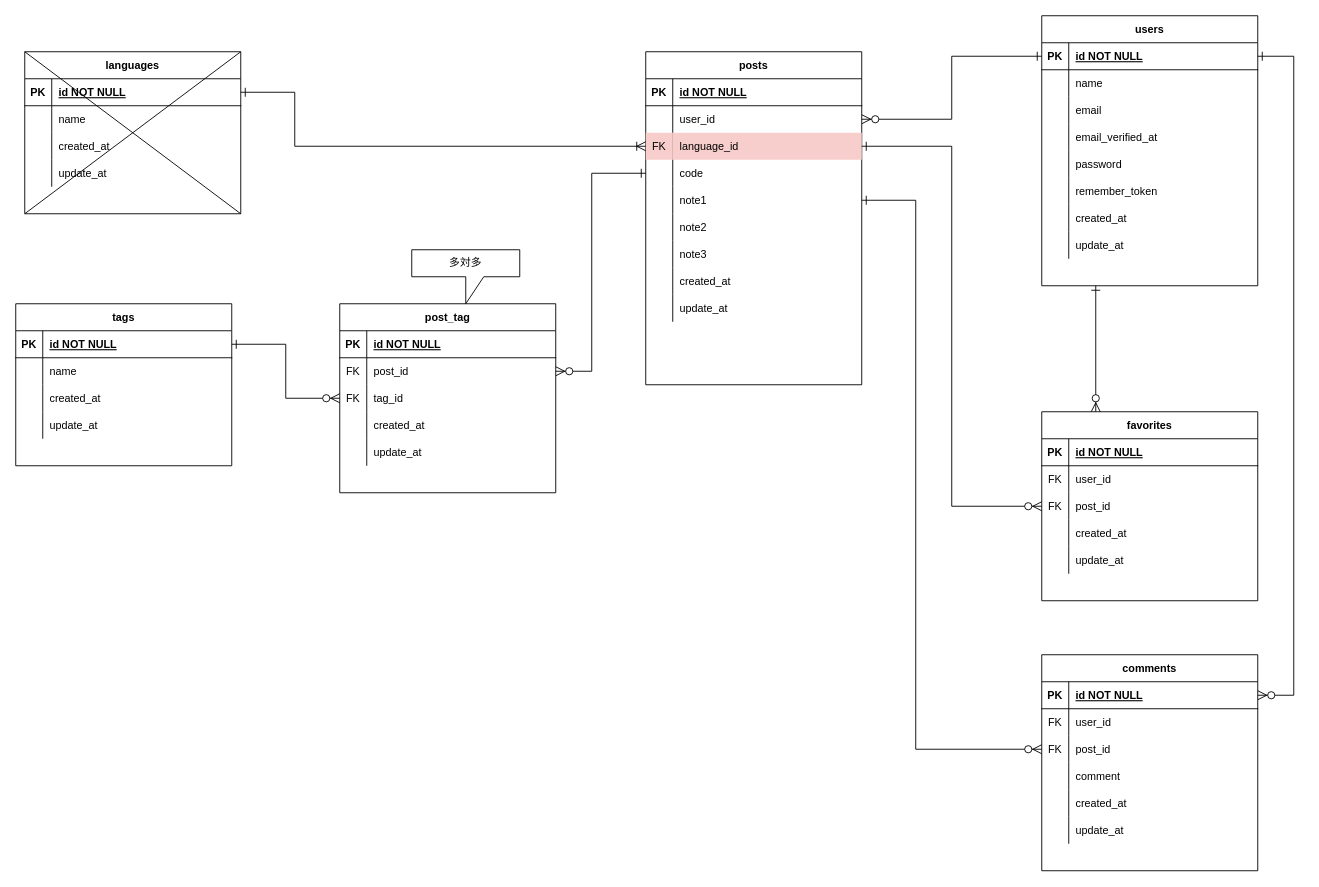
Above: bitcode.drawio in 0gravity000/er001 (draw.io), before the change. Source tidied: cells renumbered, new cells numbered last; positions are measured from the earlier drawing's top-left corner, leaving out a move shared by most shapes. Both pictures are drawn from the tidied source at 90%, with x=0, y=0 at pixel (15, 15).
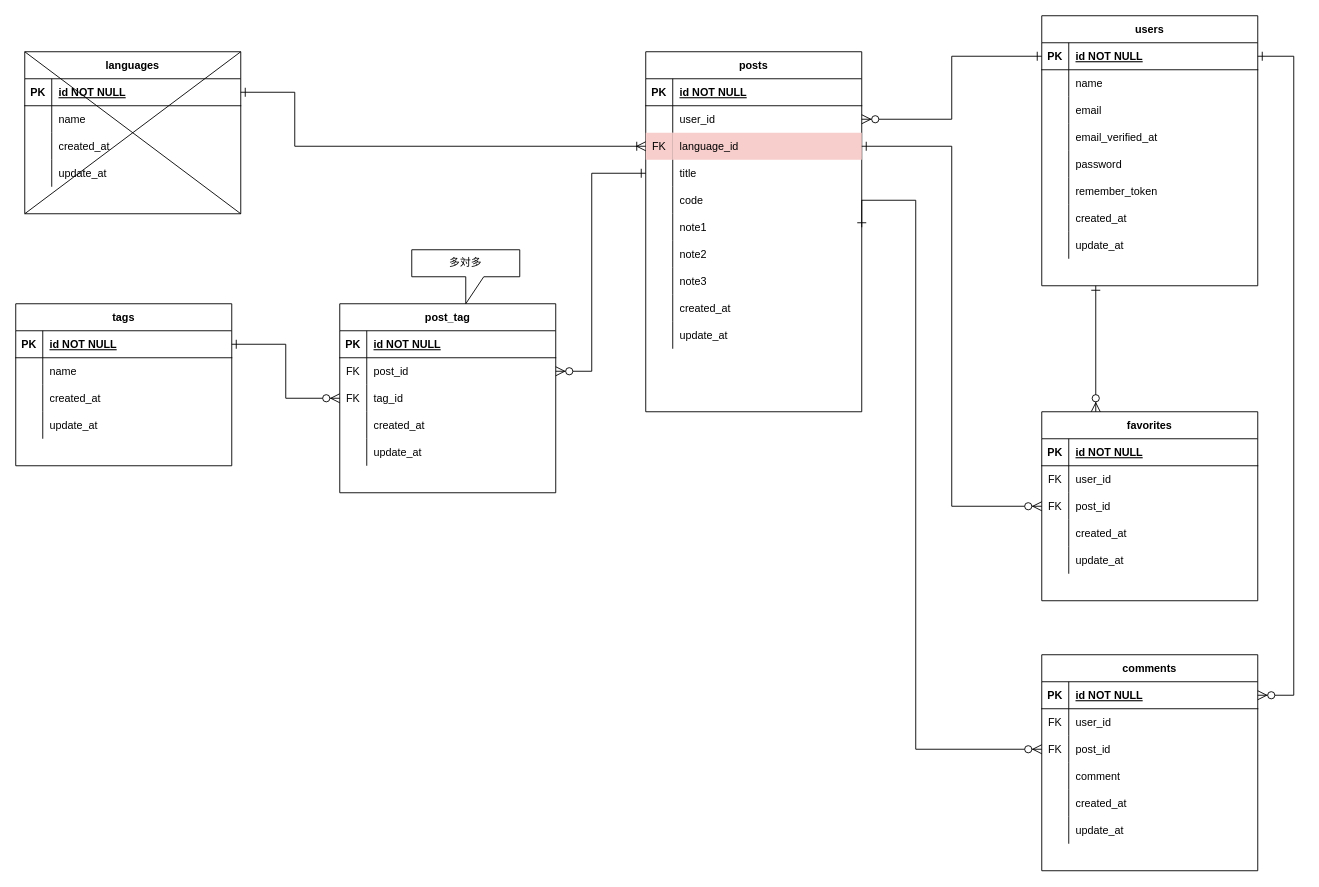
The same page after the edit.

Unchanged cells that the change refers to:
```xml
<mxCell id="12" style="shape=partialRectangle;fillColor=none;top=0;left=0;right=0;bottom=0;" parent="2" vertex="1">
  <mxGeometry y="120" width="240" height="30" as="geometry" />
</mxCell>
```

Change to the diagram source:
```diff
@@
     <mxCell id="2" value="posts" style="shape=table;startSize=30;childLayout=tableLayout;rowLines=0;fontStyle=1;align=center;" parent="1" vertex="1">
-      <mxGeometry x="700" y="40" width="240" height="370" as="geometry" />
+      <mxGeometry x="700" y="40" width="240" height="400" as="geometry" />
     </mxCell>
@@
-    <mxCell id="14" value="code" style="shape=partialRectangle;overflow=hidden;fillColor=none;top=0;left=0;bottom=0;right=0;align=left;spacingLeft=6;" parent="12" vertex="1">
+    <mxCell id="14" value="title" style="shape=partialRectangle;overflow=hidden;fillColor=none;top=0;left=0;bottom=0;right=0;align=left;spacingLeft=6;" parent="12" vertex="1">
       <mxGeometry x="30" width="210" height="30" as="geometry" />
     </mxCell>
+    <mxCell id="143" style="shape=partialRectangle;fillColor=none;top=0;left=0;right=0;bottom=0;" parent="2" vertex="1">
+      <mxGeometry y="150" width="240" height="30" as="geometry" />
+    </mxCell>
+    <mxCell id="144" style="shape=partialRectangle;overflow=hidden;fillColor=none;top=0;left=0;bottom=0;right=0;" parent="143" vertex="1">
+      <mxGeometry width="30" height="30" as="geometry" />
+    </mxCell>
+    <mxCell id="145" value="code" style="shape=partialRectangle;overflow=hidden;fillColor=none;top=0;left=0;bottom=0;right=0;align=left;spacingLeft=6;" parent="143" vertex="1">
+      <mxGeometry x="30" width="210" height="30" as="geometry" />
+    </mxCell>
     <mxCell id="15" style="shape=partialRectangle;fillColor=none;points=[[0,0.5],[1,0.5]];portConstraint=eastwest;top=0;left=0;right=0;bottom=0;" parent="2" vertex="1">
-      <mxGeometry y="150" width="240" height="30" as="geometry" />
+      <mxGeometry y="180" width="240" height="30" as="geometry" />
     </mxCell>
@@
     <mxCell id="18" style="shape=partialRectangle;fillColor=none;top=0;left=0;right=0;bottom=0;" parent="2" vertex="1">
-      <mxGeometry y="180" width="240" height="30" as="geometry" />
+      <mxGeometry y="210" width="240" height="30" as="geometry" />
     </mxCell>
@@
     <mxCell id="21" style="shape=partialRectangle;fillColor=none;top=0;left=0;right=0;bottom=0;" parent="2" vertex="1">
-      <mxGeometry y="210" width="240" height="30" as="geometry" />
+      <mxGeometry y="240" width="240" height="30" as="geometry" />
     </mxCell>
@@
     <mxCell id="24" style="shape=partialRectangle;fillColor=none;top=0;left=0;right=0;bottom=0;" parent="2" vertex="1">
-      <mxGeometry y="240" width="240" height="30" as="geometry" />
+      <mxGeometry y="270" width="240" height="30" as="geometry" />
     </mxCell>
@@
     <mxCell id="27" style="shape=partialRectangle;fillColor=none;top=0;left=0;right=0;bottom=0;" parent="2" vertex="1">
-      <mxGeometry y="270" width="240" height="30" as="geometry" />
+      <mxGeometry y="300" width="240" height="30" as="geometry" />
     </mxCell>
```
